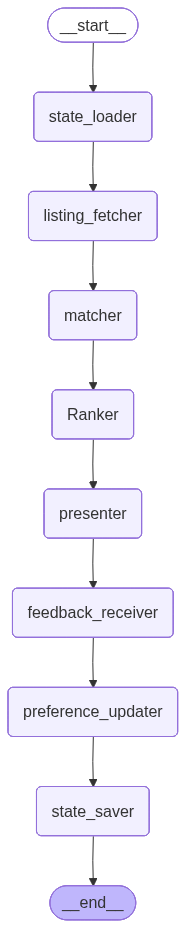
Earlier version of the Mermaid export docs/architecture.png (jeetjain1204/Real-Estate-Finder). Its source is kept beside it as docs/architecture.mmd. Its diagram source:
```mermaid
---
config:
  flowchart:
    curve: linear
---
graph TD;
	__start__([<p>__start__</p>]):::first
	state_loader(state_loader)
	listing_fetcher(listing_fetcher)
	matcher(matcher)
	Ranker(Ranker)
	presenter(presenter)
	feedback_receiver(feedback_receiver)
	preference_updater(preference_updater)
	state_saver(state_saver)
	__end__([<p>__end__</p>]):::last
	Ranker --> presenter;
	__start__ --> state_loader;
	feedback_receiver --> preference_updater;
	listing_fetcher --> matcher;
	matcher --> Ranker;
	preference_updater --> state_saver;
	presenter --> feedback_receiver;
	state_loader --> listing_fetcher;
	state_saver --> __end__;
	classDef default fill:#f2f0ff,line-height:1.2
	classDef first fill-opacity:0
	classDef last fill:#bfb6fc
```
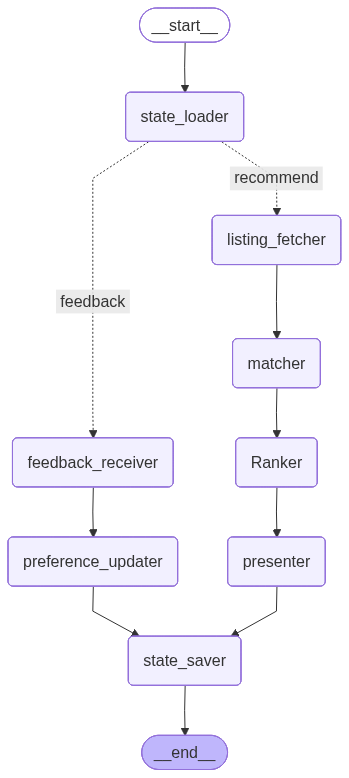
The same diagram one commit later.

The edit, as a diff of the source:
```diff
@@ -20,8 +20,9 @@
 	listing_fetcher --> matcher;
 	matcher --> Ranker;
 	preference_updater --> state_saver;
-	presenter --> feedback_receiver;
-	state_loader --> listing_fetcher;
+	presenter --> state_saver;
+	state_loader -. &nbsp;feedback&nbsp; .-> feedback_receiver;
+	state_loader -. &nbsp;recommend&nbsp; .-> listing_fetcher;
 	state_saver --> __end__;
 	classDef default fill:#f2f0ff,line-height:1.2
 	classDef first fill-opacity:0
```
